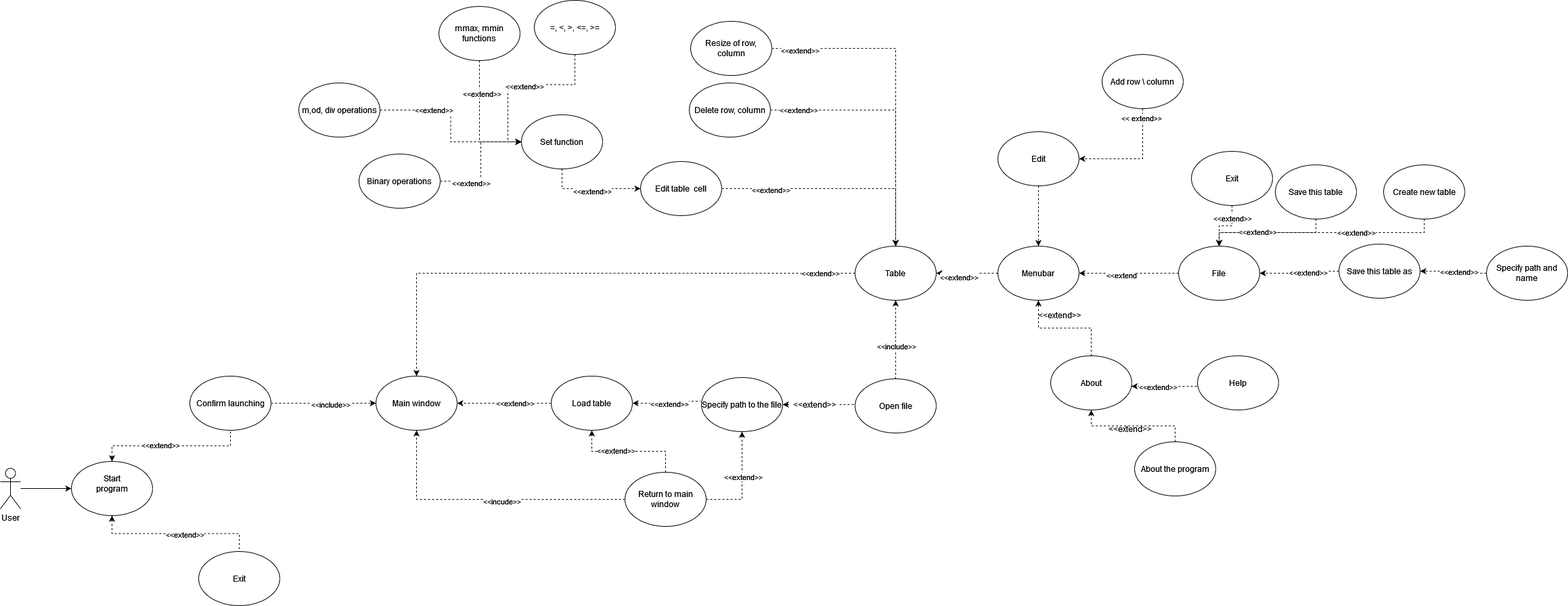
Earlier version of the draw.io export diagrams/use case-Use case.drawio.png (lannahirave/VExcel). Source tidied: cells renumbered, new cells last; positions are measured from the earlier drawing's top-left corner, leaving out a move shared by most shapes.
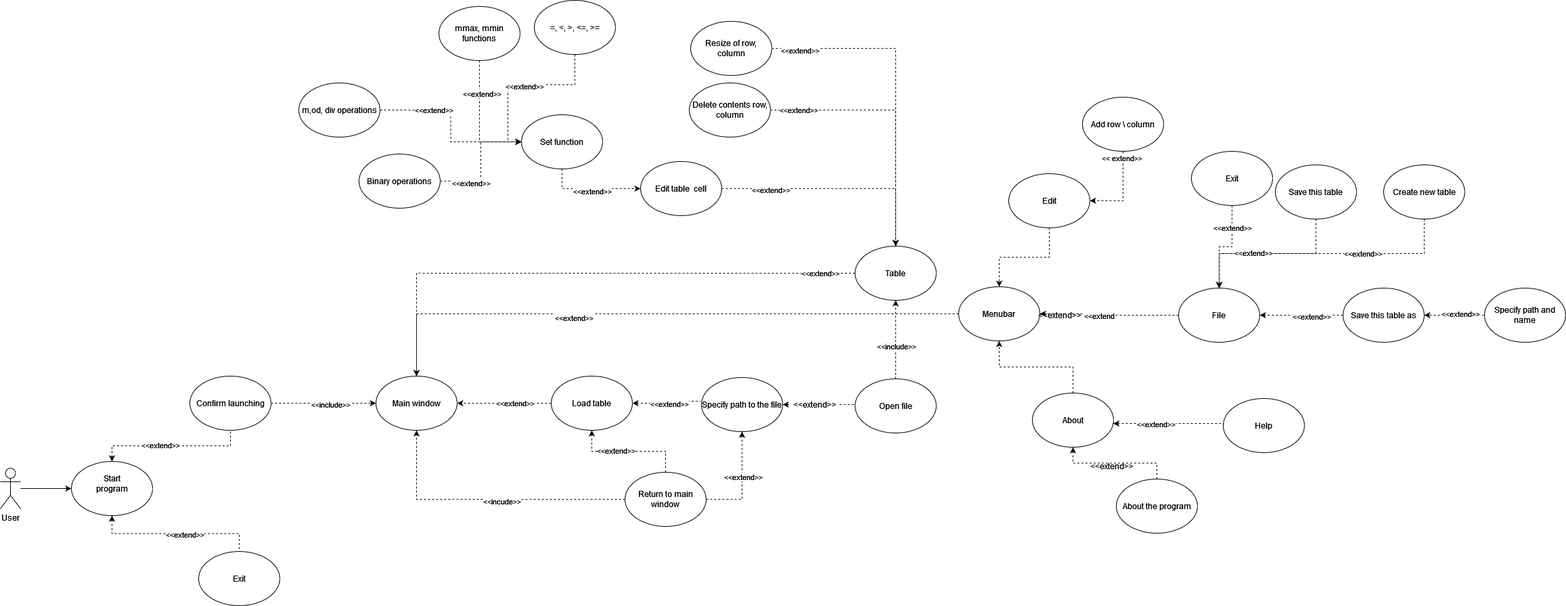
Later version of the same file.

Commit message:
Update use case

What changed in the source:
```diff
@@ -136,7 +136,7 @@
     <mxCell id="45" value="&amp;lt;&amp;lt;extend&amp;gt;&amp;gt;" style="edgeLabel;html=1;align=center;verticalAlign=middle;" parent="44" vertex="1">
       <mxGeometry x="-0.79" y="1" relative="1" as="geometry" />
     </mxCell>
-    <mxCell id="46" value="Delete row, column" style="ellipse;whiteSpace=wrap;html=1;" parent="1" vertex="1">
+    <mxCell id="46" value="Delete contents row, column" style="ellipse;whiteSpace=wrap;html=1;" parent="1" vertex="1">
       <mxGeometry x="1018" y="122" width="120" height="80" as="geometry" />
     </mxCell>
     <mxCell id="47" style="edgeStyle=orthogonalEdgeStyle;rounded=0;jettySize=auto;html=1;exitX=1;exitY=0.5;exitDx=0;exitDy=0;entryX=0;entryY=0.5;entryDx=0;entryDy=0;dashed=1;" parent="1" edge="1" source="49" target="43">
@@ -191,7 +191,7 @@
       <mxGeometry x="0.16" y="2" relative="1" as="geometry" />
     </mxCell>
     <mxCell id="64" value="File" style="ellipse;whiteSpace=wrap;html=1;" parent="1" vertex="1">
-      <mxGeometry x="1741" y="363" width="120" height="80" as="geometry" />
+      <mxGeometry x="1741" y="425" width="120" height="80" as="geometry" />
     </mxCell>
     <mxCell id="65" style="edgeStyle=orthogonalEdgeStyle;rounded=0;jettySize=auto;html=1;exitX=0.5;exitY=1;exitDx=0;exitDy=0;entryX=0.5;entryY=0;entryDx=0;entryDy=0;dashed=1;" parent="1" edge="1" source="67" target="64">
       <mxGeometry relative="1" as="geometry" />
@@ -218,7 +218,7 @@
       <mxGeometry x="-0.24" y="1" relative="1" as="geometry" />
     </mxCell>
     <mxCell id="73" value="Save this table as" style="ellipse;whiteSpace=wrap;html=1;" parent="1" vertex="1">
-      <mxGeometry x="1978" y="360" width="120" height="80" as="geometry" />
+      <mxGeometry x="1984" y="425" width="120" height="80" as="geometry" />
     </mxCell>
     <mxCell id="74" style="edgeStyle=orthogonalEdgeStyle;rounded=0;jettySize=auto;html=1;exitX=0;exitY=0.5;exitDx=0;exitDy=0;entryX=1;entryY=0.5;entryDx=0;entryDy=0;dashed=1;" parent="1" edge="1" source="76" target="73">
       <mxGeometry relative="1" as="geometry" />
@@ -229,16 +229,16 @@
       </mxGeometry>
     </mxCell>
     <mxCell id="76" value="Specify path and name" style="ellipse;whiteSpace=wrap;html=1;" parent="1" vertex="1">
-      <mxGeometry x="2196" y="363" width="120" height="80" as="geometry" />
+      <mxGeometry x="2193" y="425" width="120" height="80" as="geometry" />
     </mxCell>
-    <mxCell id="77" style="edgeStyle=orthogonalEdgeStyle;rounded=0;jettySize=auto;html=1;exitX=0;exitY=0.5;exitDx=0;exitDy=0;entryX=1;entryY=0.5;entryDx=0;entryDy=0;dashed=1;" parent="1" edge="1" source="79" target="39">
+    <mxCell id="77" style="edgeStyle=orthogonalEdgeStyle;rounded=0;jettySize=auto;html=1;exitX=0;exitY=0.5;exitDx=0;exitDy=0;dashed=1;" parent="1" edge="1" source="79" target="31">
       <mxGeometry relative="1" as="geometry" />
     </mxCell>
     <mxCell id="78" value="&amp;lt;&amp;lt;extend&amp;gt;&amp;gt;" style="edgeLabel;html=1;align=center;verticalAlign=middle;" parent="77" vertex="1">
       <mxGeometry x="0.27" y="5" relative="1" as="geometry" />
     </mxCell>
     <mxCell id="79" value="Menubar" style="ellipse;whiteSpace=wrap;html=1;" parent="1" vertex="1">
-      <mxGeometry x="1474" y="363" width="120" height="80" as="geometry" />
+      <mxGeometry x="1416" y="423" width="120" height="80" as="geometry" />
     </mxCell>
     <mxCell id="80" style="edgeStyle=orthogonalEdgeStyle;rounded=0;jettySize=auto;html=1;exitX=0.5;exitY=1;exitDx=0;exitDy=0;entryX=0.5;entryY=0;entryDx=0;entryDy=0;dashed=1;" parent="1" edge="1" source="82" target="64">
       <mxGeometry relative="1" as="geometry" />
@@ -249,11 +249,11 @@
     <mxCell id="82" value="Exit" style="ellipse;whiteSpace=wrap;html=1;" parent="1" vertex="1">
       <mxGeometry x="1760" y="223" width="120" height="80" as="geometry" />
     </mxCell>
-    <mxCell id="83" style="edgeStyle=orthogonalEdgeStyle;rounded=0;jettySize=auto;html=1;exitX=0.5;exitY=0;exitDx=0;exitDy=0;entryX=0.5;entryY=1;entryDx=0;entryDy=0;dashed=1;" parent="1" edge="1" source="84" target="79">
+    <mxCell id="83" style="edgeStyle=orthogonalEdgeStyle;rounded=0;jettySize=auto;html=1;exitX=0.5;exitY=0;exitDx=0;exitDy=0;dashed=1;entryX=0.5;entryY=1;entryDx=0;entryDy=0;" parent="1" edge="1" source="84" target="79">
       <mxGeometry relative="1" as="geometry" />
     </mxCell>
     <mxCell id="84" value="About" style="ellipse;whiteSpace=wrap;html=1;" parent="1" vertex="1">
-      <mxGeometry x="1552" y="525" width="120" height="80" as="geometry" />
+      <mxGeometry x="1525" y="580" width="120" height="80" as="geometry" />
     </mxCell>
     <mxCell id="85" value="&amp;lt;&amp;lt;extend&amp;gt;&amp;gt;" style="text;html=1;align=center;verticalAlign=middle;strokeColor=none;fillColor=none;" parent="1" vertex="1">
       <mxGeometry x="1528" y="456" width="74" height="18" as="geometry" />
@@ -261,7 +261,7 @@
     <mxCell id="86" style="edgeStyle=orthogonalEdgeStyle;rounded=0;jettySize=auto;html=1;exitX=0;exitY=0.5;exitDx=0;exitDy=0;dashed=1;" parent="1" edge="1" source="88" target="84">
       <mxGeometry relative="1" as="geometry">
         <Array as="points">
-          <mxPoint x="1769" y="570" />
+          <mxPoint x="1807" y="625" />
         </Array>
       </mxGeometry>
     </mxCell>
@@ -269,16 +269,16 @@
       <mxGeometry x="0.25" relative="1" as="geometry" />
     </mxCell>
     <mxCell id="88" value="Help" style="ellipse;whiteSpace=wrap;html=1;" parent="1" vertex="1">
-      <mxGeometry x="1769" y="525" width="120" height="80" as="geometry" />
+      <mxGeometry x="1807" y="588" width="120" height="80" as="geometry" />
     </mxCell>
     <mxCell id="89" style="edgeStyle=orthogonalEdgeStyle;rounded=0;jettySize=auto;html=1;exitX=0.5;exitY=0;exitDx=0;exitDy=0;entryX=0.5;entryY=1;entryDx=0;entryDy=0;dashed=1;" parent="1" edge="1" source="90" target="84">
       <mxGeometry relative="1" as="geometry" />
     </mxCell>
     <mxCell id="90" value="About the program" style="ellipse;whiteSpace=wrap;html=1;" parent="1" vertex="1">
-      <mxGeometry x="1676" y="652" width="120" height="80" as="geometry" />
+      <mxGeometry x="1649" y="707" width="120" height="80" as="geometry" />
     </mxCell>
     <mxCell id="91" value="&amp;lt;&amp;lt;extend&amp;gt;&amp;gt;" style="text;html=1;align=center;verticalAlign=middle;strokeColor=none;fillColor=none;" parent="1" vertex="1">
-      <mxGeometry x="1632" y="624" width="74" height="18" as="geometry" />
+      <mxGeometry x="1605" y="679" width="74" height="18" as="geometry" />
     </mxCell>
     <mxCell id="92" style="edgeStyle=orthogonalEdgeStyle;rounded=0;jettySize=auto;html=1;exitX=0.5;exitY=1;exitDx=0;exitDy=0;entryX=1;entryY=0.5;entryDx=0;entryDy=0;dashed=1;" parent="1" edge="1" source="94" target="96">
       <mxGeometry relative="1" as="geometry" />
@@ -287,13 +287,13 @@
       <mxGeometry x="-0.85" y="-3" relative="1" as="geometry" />
     </mxCell>
     <mxCell id="94" value="Add row \ column" style="ellipse;whiteSpace=wrap;html=1;" parent="1" vertex="1">
-      <mxGeometry x="1628" y="80" width="120" height="80" as="geometry" />
+      <mxGeometry x="1599" y="143" width="120" height="80" as="geometry" />
     </mxCell>
     <mxCell id="95" style="edgeStyle=orthogonalEdgeStyle;rounded=0;jettySize=auto;html=1;exitX=0.5;exitY=1;exitDx=0;exitDy=0;entryX=0.5;entryY=0;entryDx=0;entryDy=0;dashed=1;" parent="1" edge="1" source="96" target="79">
       <mxGeometry relative="1" as="geometry" />
     </mxCell>
     <mxCell id="96" value="Edit" style="ellipse;whiteSpace=wrap;html=1;" parent="1" vertex="1">
-      <mxGeometry x="1474" y="194" width="120" height="80" as="geometry" />
+      <mxGeometry x="1490" y="256" width="120" height="80" as="geometry" />
     </mxCell>
   </root>
 </mxGraphModel>
```
